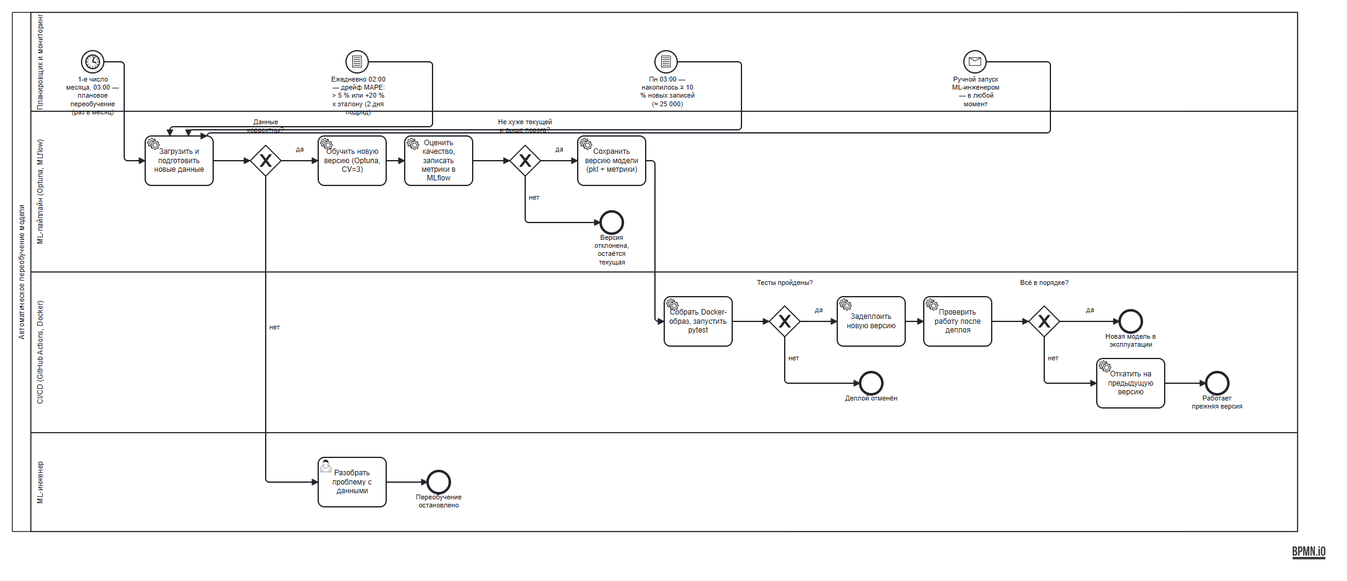
Above: diagrams/Model_retrain_BPMN.png in sultanovailsiya-rgb/job_salary_prediction (BPMN), before the change. Its source is kept beside it as diagrams/Model_retrain_BPMN.bpmn. Ids are renumbered.
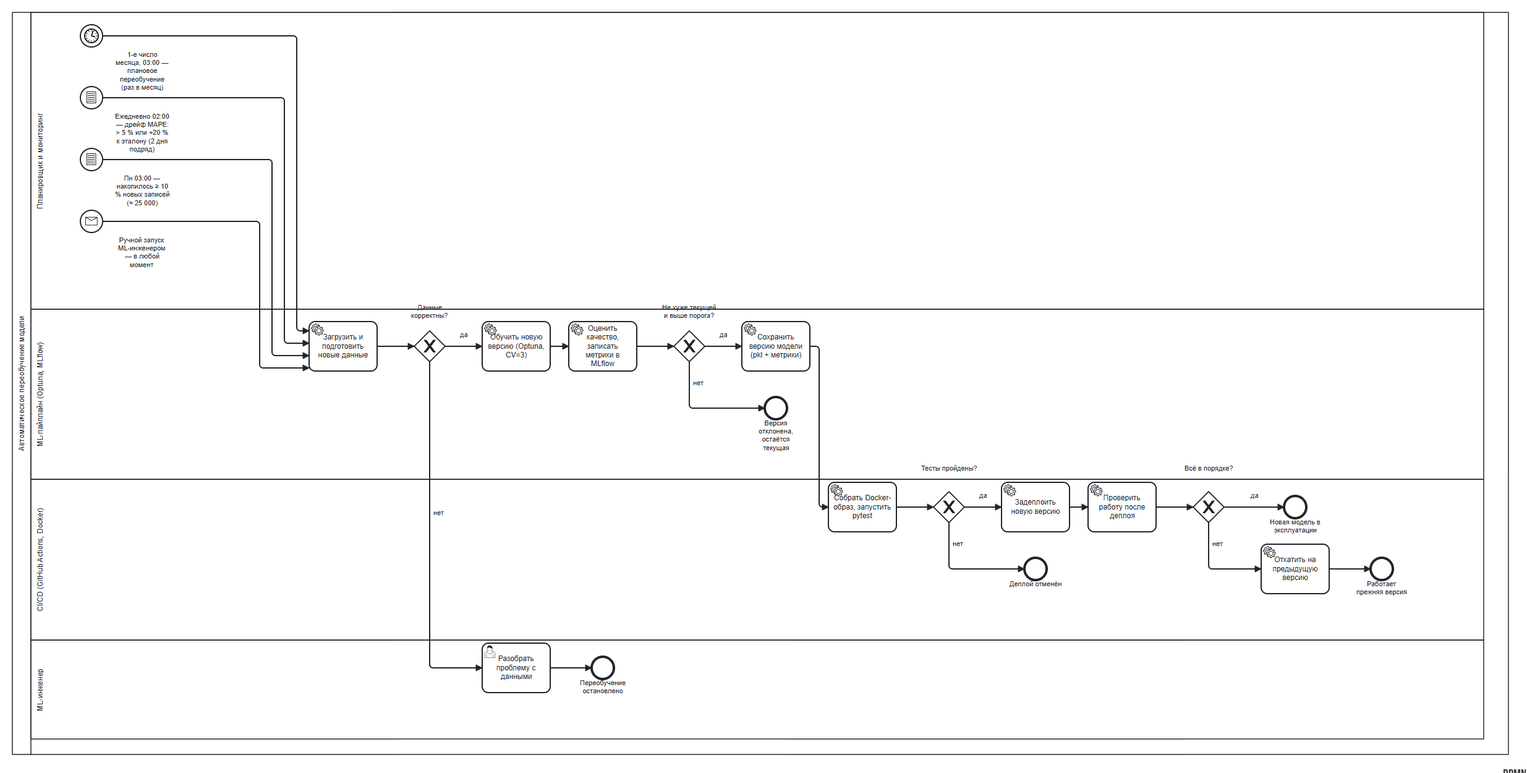
The same diagram one commit later.

Commit message:
Схема переобучения: триггеры столбиком слева, поток только вперёд

- 4 стартовых события выстроены вертикально слева, подписи с расписанием
- процесс сдвинут вправо: стрелки от триггеров идут вперёд, без возвратов

The edit, as a diff of the source:
```diff
@@ -81,54 +81,54 @@
   </bpmn:process>
   <bpmndi:BPMNDiagram id="Diagram_retrain">
     <bpmndi:BPMNPlane id="Plane_retrain" bpmnElement="Collab_retrain">
-      <bpmndi:BPMNShape id="Shape_Part" bpmnElement="Part_retrain" isHorizontal="true"><dc:Bounds x="20" y="20" width="2080" height="840" /></bpmndi:BPMNShape>
-      <bpmndi:BPMNShape id="Shape_L_A" bpmnElement="L_A" isHorizontal="true"><dc:Bounds x="50" y="20" width="2050" height="160" /></bpmndi:BPMNShape>
-      <bpmndi:BPMNShape id="Shape_L_B" bpmnElement="L_B" isHorizontal="true"><dc:Bounds x="50" y="180" width="2050" height="260" /></bpmndi:BPMNShape>
-      <bpmndi:BPMNShape id="Shape_L_C" bpmnElement="L_C" isHorizontal="true"><dc:Bounds x="50" y="440" width="2050" height="260" /></bpmndi:BPMNShape>
-      <bpmndi:BPMNShape id="Shape_L_D" bpmnElement="L_D" isHorizontal="true"><dc:Bounds x="50" y="700" width="2050" height="160" /></bpmndi:BPMNShape>
-      <bpmndi:BPMNShape id="Shape_s1" bpmnElement="s1"><dc:Bounds x="132" y="82" width="36" height="36" /><bpmndi:BPMNLabel><dc:Bounds x="40" y="122" width="220" height="56" /></bpmndi:BPMNLabel></bpmndi:BPMNShape>
-      <bpmndi:BPMNShape id="Shape_s2" bpmnElement="s2"><dc:Bounds x="560" y="82" width="36" height="36" /><bpmndi:BPMNLabel><dc:Bounds x="470" y="122" width="220" height="56" /></bpmndi:BPMNLabel></bpmndi:BPMNShape>
-      <bpmndi:BPMNShape id="Shape_s3" bpmnElement="s3"><dc:Bounds x="1060" y="82" width="36" height="36" /><bpmndi:BPMNLabel><dc:Bounds x="970" y="122" width="220" height="56" /></bpmndi:BPMNLabel></bpmndi:BPMNShape>
-      <bpmndi:BPMNShape id="Shape_s4" bpmnElement="s4"><dc:Bounds x="1560" y="82" width="36" height="36" /><bpmndi:BPMNLabel><dc:Bounds x="1470" y="122" width="220" height="56" /></bpmndi:BPMNLabel></bpmndi:BPMNShape>
-      <bpmndi:BPMNShape id="Shape_b1" bpmnElement="b1"><dc:Bounds x="235" y="220" width="110" height="80" /></bpmndi:BPMNShape>
-      <bpmndi:BPMNShape id="Shape_gb1" bpmnElement="gb1" isMarkerVisible="true"><dc:Bounds x="405" y="235" width="50" height="50" /><bpmndi:BPMNLabel><dc:Bounds x="370" y="191" width="120" height="40" /></bpmndi:BPMNLabel></bpmndi:BPMNShape>
-      <bpmndi:BPMNShape id="Shape_d1" bpmnElement="d1"><dc:Bounds x="515" y="740" width="110" height="80" /></bpmndi:BPMNShape>
-      <bpmndi:BPMNShape id="Shape_ed1" bpmnElement="ed1"><dc:Bounds x="692" y="762" width="36" height="36" /></bpmndi:BPMNShape>
-      <bpmndi:BPMNShape id="Shape_b2" bpmnElement="b2"><dc:Bounds x="515" y="220" width="110" height="80" /></bpmndi:BPMNShape>
-      <bpmndi:BPMNShape id="Shape_b3" bpmnElement="b3"><dc:Bounds x="655" y="220" width="110" height="80" /></bpmndi:BPMNShape>
-      <bpmndi:BPMNShape id="Shape_gb2" bpmnElement="gb2" isMarkerVisible="true"><dc:Bounds x="825" y="235" width="50" height="50" /><bpmndi:BPMNLabel><dc:Bounds x="790" y="191" width="120" height="40" /></bpmndi:BPMNLabel></bpmndi:BPMNShape>
-      <bpmndi:BPMNShape id="Shape_eb1" bpmnElement="eb1"><dc:Bounds x="972" y="342" width="36" height="36" /></bpmndi:BPMNShape>
-      <bpmndi:BPMNShape id="Shape_b4" bpmnElement="b4"><dc:Bounds x="935" y="220" width="110" height="80" /></bpmndi:BPMNShape>
-      <bpmndi:BPMNShape id="Shape_c1" bpmnElement="c1"><dc:Bounds x="1075" y="480" width="110" height="80" /></bpmndi:BPMNShape>
-      <bpmndi:BPMNShape id="Shape_gc1" bpmnElement="gc1" isMarkerVisible="true"><dc:Bounds x="1245" y="495" width="50" height="50" /><bpmndi:BPMNLabel><dc:Bounds x="1210" y="451" width="120" height="40" /></bpmndi:BPMNLabel></bpmndi:BPMNShape>
-      <bpmndi:BPMNShape id="Shape_ec1" bpmnElement="ec1"><dc:Bounds x="1392" y="602" width="36" height="36" /></bpmndi:BPMNShape>
-      <bpmndi:BPMNShape id="Shape_c2" bpmnElement="c2"><dc:Bounds x="1355" y="480" width="110" height="80" /></bpmndi:BPMNShape>
-      <bpmndi:BPMNShape id="Shape_c3" bpmnElement="c3"><dc:Bounds x="1495" y="480" width="110" height="80" /></bpmndi:BPMNShape>
-      <bpmndi:BPMNShape id="Shape_gc2" bpmnElement="gc2" isMarkerVisible="true"><dc:Bounds x="1665" y="495" width="50" height="50" /><bpmndi:BPMNLabel><dc:Bounds x="1630" y="451" width="120" height="40" /></bpmndi:BPMNLabel></bpmndi:BPMNShape>
-      <bpmndi:BPMNShape id="Shape_ec3" bpmnElement="ec3"><dc:Bounds x="1812" y="502" width="36" height="36" /></bpmndi:BPMNShape>
-      <bpmndi:BPMNShape id="Shape_c4" bpmnElement="c4"><dc:Bounds x="1775" y="580" width="110" height="80" /></bpmndi:BPMNShape>
-      <bpmndi:BPMNShape id="Shape_ec2" bpmnElement="ec2"><dc:Bounds x="1952" y="602" width="36" height="36" /></bpmndi:BPMNShape>
-      <bpmndi:BPMNEdge id="Edge_0" bpmnElement="Flow_0"><di:waypoint x="168" y="100" /><di:waypoint x="201" y="100" /><di:waypoint x="201" y="260" /><di:waypoint x="235" y="260" /></bpmndi:BPMNEdge>
-      <bpmndi:BPMNEdge id="Edge_0b" bpmnElement="Flow_0b"><di:waypoint x="596" y="100" /><di:waypoint x="700" y="100" /><di:waypoint x="700" y="205" /><di:waypoint x="275" y="205" /><di:waypoint x="275" y="220" /></bpmndi:BPMNEdge>
-      <bpmndi:BPMNEdge id="Edge_0c" bpmnElement="Flow_0c"><di:waypoint x="1096" y="100" /><di:waypoint x="1200" y="100" /><di:waypoint x="1200" y="210" /><di:waypoint x="305" y="210" /><di:waypoint x="305" y="220" /></bpmndi:BPMNEdge>
-      <bpmndi:BPMNEdge id="Edge_0d" bpmnElement="Flow_0d"><di:waypoint x="1596" y="100" /><di:waypoint x="1700" y="100" /><di:waypoint x="1700" y="215" /><di:waypoint x="335" y="215" /><di:waypoint x="335" y="220" /></bpmndi:BPMNEdge>
-      <bpmndi:BPMNEdge id="Edge_1" bpmnElement="Flow_1"><di:waypoint x="345" y="260" /><di:waypoint x="405" y="260" /></bpmndi:BPMNEdge>
-      <bpmndi:BPMNEdge id="Edge_2" bpmnElement="Flow_2"><di:waypoint x="455" y="260" /><di:waypoint x="515" y="260" /></bpmndi:BPMNEdge>
-      <bpmndi:BPMNEdge id="Edge_3" bpmnElement="Flow_3"><di:waypoint x="430" y="285" /><di:waypoint x="430" y="780" /><di:waypoint x="515" y="780" /></bpmndi:BPMNEdge>
-      <bpmndi:BPMNEdge id="Edge_4" bpmnElement="Flow_4"><di:waypoint x="625" y="780" /><di:waypoint x="692" y="780" /></bpmndi:BPMNEdge>
-      <bpmndi:BPMNEdge id="Edge_5" bpmnElement="Flow_5"><di:waypoint x="625" y="260" /><di:waypoint x="655" y="260" /></bpmndi:BPMNEdge>
-      <bpmndi:BPMNEdge id="Edge_6" bpmnElement="Flow_6"><di:waypoint x="765" y="260" /><di:waypoint x="825" y="260" /></bpmndi:BPMNEdge>
-      <bpmndi:BPMNEdge id="Edge_7" bpmnElement="Flow_7"><di:waypoint x="875" y="260" /><di:waypoint x="935" y="260" /></bpmndi:BPMNEdge>
-      <bpmndi:BPMNEdge id="Edge_8" bpmnElement="Flow_8"><di:waypoint x="850" y="285" /><di:waypoint x="850" y="360" /><di:waypoint x="972" y="360" /></bpmndi:BPMNEdge>
-      <bpmndi:BPMNEdge id="Edge_9" bpmnElement="Flow_9"><di:waypoint x="1045" y="260" /><di:waypoint x="1060" y="260" /><di:waypoint x="1060" y="520" /><di:waypoint x="1075" y="520" /></bpmndi:BPMNEdge>
-      <bpmndi:BPMNEdge id="Edge_10" bpmnElement="Flow_10"><di:waypoint x="1185" y="520" /><di:waypoint x="1245" y="520" /></bpmndi:BPMNEdge>
-      <bpmndi:BPMNEdge id="Edge_11" bpmnElement="Flow_11"><di:waypoint x="1295" y="520" /><di:waypoint x="1355" y="520" /></bpmndi:BPMNEdge>
-      <bpmndi:BPMNEdge id="Edge_12" bpmnElement="Flow_12"><di:waypoint x="1270" y="545" /><di:waypoint x="1270" y="620" /><di:waypoint x="1392" y="620" /></bpmndi:BPMNEdge>
-      <bpmndi:BPMNEdge id="Edge_13" bpmnElement="Flow_13"><di:waypoint x="1465" y="520" /><di:waypoint x="1495" y="520" /></bpmndi:BPMNEdge>
-      <bpmndi:BPMNEdge id="Edge_14" bpmnElement="Flow_14"><di:waypoint x="1605" y="520" /><di:waypoint x="1665" y="520" /></bpmndi:BPMNEdge>
-      <bpmndi:BPMNEdge id="Edge_15" bpmnElement="Flow_15"><di:waypoint x="1715" y="520" /><di:waypoint x="1812" y="520" /></bpmndi:BPMNEdge>
-      <bpmndi:BPMNEdge id="Edge_16" bpmnElement="Flow_16"><di:waypoint x="1690" y="545" /><di:waypoint x="1690" y="620" /><di:waypoint x="1775" y="620" /></bpmndi:BPMNEdge>
-      <bpmndi:BPMNEdge id="Edge_17" bpmnElement="Flow_17"><di:waypoint x="1885" y="620" /><di:waypoint x="1952" y="620" /></bpmndi:BPMNEdge>
+      <bpmndi:BPMNShape id="Shape_Part" bpmnElement="Part_retrain" isHorizontal="true"><dc:Bounds x="20" y="20" width="2420" height="1200" /></bpmndi:BPMNShape>
+      <bpmndi:BPMNShape id="Shape_L_A" bpmnElement="L_A" isHorizontal="true"><dc:Bounds x="50" y="20" width="2350" height="480" /></bpmndi:BPMNShape>
+      <bpmndi:BPMNShape id="Shape_L_B" bpmnElement="L_B" isHorizontal="true"><dc:Bounds x="50" y="500" width="2350" height="275" /></bpmndi:BPMNShape>
+      <bpmndi:BPMNShape id="Shape_L_C" bpmnElement="L_C" isHorizontal="true"><dc:Bounds x="50" y="775" width="2350" height="260" /></bpmndi:BPMNShape>
+      <bpmndi:BPMNShape id="Shape_L_D" bpmnElement="L_D" isHorizontal="true"><dc:Bounds x="50" y="1035" width="2350" height="160" /></bpmndi:BPMNShape>
+      <bpmndi:BPMNShape id="Shape_s1" bpmnElement="s1"><dc:Bounds x="130" y="40" width="36" height="36" /><bpmndi:BPMNLabel><dc:Bounds x="60" y="82" width="340" height="36" /></bpmndi:BPMNLabel></bpmndi:BPMNShape>
+      <bpmndi:BPMNShape id="Shape_s2" bpmnElement="s2"><dc:Bounds x="130" y="140" width="36" height="36" /><bpmndi:BPMNLabel><dc:Bounds x="60" y="182" width="340" height="36" /></bpmndi:BPMNLabel></bpmndi:BPMNShape>
+      <bpmndi:BPMNShape id="Shape_s3" bpmnElement="s3"><dc:Bounds x="130" y="240" width="36" height="36" /><bpmndi:BPMNLabel><dc:Bounds x="60" y="282" width="340" height="36" /></bpmndi:BPMNLabel></bpmndi:BPMNShape>
+      <bpmndi:BPMNShape id="Shape_s4" bpmnElement="s4"><dc:Bounds x="130" y="340" width="36" height="36" /><bpmndi:BPMNLabel><dc:Bounds x="60" y="382" width="340" height="36" /></bpmndi:BPMNLabel></bpmndi:BPMNShape>
+      <bpmndi:BPMNShape id="Shape_b1" bpmnElement="b1"><dc:Bounds x="500" y="520" width="110" height="80" /></bpmndi:BPMNShape>
+      <bpmndi:BPMNShape id="Shape_gb1" bpmnElement="gb1" isMarkerVisible="true"><dc:Bounds x="670" y="535" width="50" height="50" /><bpmndi:BPMNLabel><dc:Bounds x="635" y="491" width="120" height="40" /></bpmndi:BPMNLabel></bpmndi:BPMNShape>
+      <bpmndi:BPMNShape id="Shape_d1" bpmnElement="d1"><dc:Bounds x="780" y="1040" width="110" height="80" /></bpmndi:BPMNShape>
+      <bpmndi:BPMNShape id="Shape_ed1" bpmnElement="ed1"><dc:Bounds x="957" y="1062" width="36" height="36" /></bpmndi:BPMNShape>
+      <bpmndi:BPMNShape id="Shape_b2" bpmnElement="b2"><dc:Bounds x="780" y="520" width="110" height="80" /></bpmndi:BPMNShape>
+      <bpmndi:BPMNShape id="Shape_b3" bpmnElement="b3"><dc:Bounds x="920" y="520" width="110" height="80" /></bpmndi:BPMNShape>
+      <bpmndi:BPMNShape id="Shape_gb2" bpmnElement="gb2" isMarkerVisible="true"><dc:Bounds x="1090" y="535" width="50" height="50" /><bpmndi:BPMNLabel><dc:Bounds x="1055" y="491" width="120" height="40" /></bpmndi:BPMNLabel></bpmndi:BPMNShape>
+      <bpmndi:BPMNShape id="Shape_eb1" bpmnElement="eb1"><dc:Bounds x="1237" y="642" width="36" height="36" /></bpmndi:BPMNShape>
+      <bpmndi:BPMNShape id="Shape_b4" bpmnElement="b4"><dc:Bounds x="1200" y="520" width="110" height="80" /></bpmndi:BPMNShape>
+      <bpmndi:BPMNShape id="Shape_c1" bpmnElement="c1"><dc:Bounds x="1340" y="780" width="110" height="80" /></bpmndi:BPMNShape>
+      <bpmndi:BPMNShape id="Shape_gc1" bpmnElement="gc1" isMarkerVisible="true"><dc:Bounds x="1510" y="795" width="50" height="50" /><bpmndi:BPMNLabel><dc:Bounds x="1475" y="751" width="120" height="40" /></bpmndi:BPMNLabel></bpmndi:BPMNShape>
+      <bpmndi:BPMNShape id="Shape_ec1" bpmnElement="ec1"><dc:Bounds x="1657" y="902" width="36" height="36" /></bpmndi:BPMNShape>
+      <bpmndi:BPMNShape id="Shape_c2" bpmnElement="c2"><dc:Bounds x="1620" y="780" width="110" height="80" /></bpmndi:BPMNShape>
+      <bpmndi:BPMNShape id="Shape_c3" bpmnElement="c3"><dc:Bounds x="1760" y="780" width="110" height="80" /></bpmndi:BPMNShape>
+      <bpmndi:BPMNShape id="Shape_gc2" bpmnElement="gc2" isMarkerVisible="true"><dc:Bounds x="1930" y="795" width="50" height="50" /><bpmndi:BPMNLabel><dc:Bounds x="1895" y="751" width="120" height="40" /></bpmndi:BPMNLabel></bpmndi:BPMNShape>
+      <bpmndi:BPMNShape id="Shape_ec3" bpmnElement="ec3"><dc:Bounds x="2077" y="802" width="36" height="36" /></bpmndi:BPMNShape>
+      <bpmndi:BPMNShape id="Shape_c4" bpmnElement="c4"><dc:Bounds x="2040" y="880" width="110" height="80" /></bpmndi:BPMNShape>
+      <bpmndi:BPMNShape id="Shape_ec2" bpmnElement="ec2"><dc:Bounds x="2217" y="902" width="36" height="36" /></bpmndi:BPMNShape>
+      <bpmndi:BPMNEdge id="Edge_0" bpmnElement="Flow_0"><di:waypoint x="166" y="58" /><di:waypoint x="480" y="58" /><di:waypoint x="480" y="535" /><di:waypoint x="500" y="535" /></bpmndi:BPMNEdge>
+      <bpmndi:BPMNEdge id="Edge_0b" bpmnElement="Flow_0b"><di:waypoint x="166" y="158" /><di:waypoint x="460" y="158" /><di:waypoint x="460" y="555" /><di:waypoint x="500" y="555" /></bpmndi:BPMNEdge>
+      <bpmndi:BPMNEdge id="Edge_0c" bpmnElement="Flow_0c"><di:waypoint x="166" y="258" /><di:waypoint x="440" y="258" /><di:waypoint x="440" y="575" /><di:waypoint x="500" y="575" /></bpmndi:BPMNEdge>
+      <bpmndi:BPMNEdge id="Edge_0d" bpmnElement="Flow_0d"><di:waypoint x="166" y="358" /><di:waypoint x="420" y="358" /><di:waypoint x="420" y="595" /><di:waypoint x="500" y="595" /></bpmndi:BPMNEdge>
+      <bpmndi:BPMNEdge id="Edge_1" bpmnElement="Flow_1"><di:waypoint x="610" y="560" /><di:waypoint x="670" y="560" /></bpmndi:BPMNEdge>
+      <bpmndi:BPMNEdge id="Edge_2" bpmnElement="Flow_2"><di:waypoint x="720" y="560" /><di:waypoint x="780" y="560" /></bpmndi:BPMNEdge>
+      <bpmndi:BPMNEdge id="Edge_3" bpmnElement="Flow_3"><di:waypoint x="695" y="585" /><di:waypoint x="695" y="1080" /><di:waypoint x="780" y="1080" /></bpmndi:BPMNEdge>
+      <bpmndi:BPMNEdge id="Edge_4" bpmnElement="Flow_4"><di:waypoint x="890" y="1080" /><di:waypoint x="957" y="1080" /></bpmndi:BPMNEdge>
+      <bpmndi:BPMNEdge id="Edge_5" bpmnElement="Flow_5"><di:waypoint x="890" y="560" /><di:waypoint x="920" y="560" /></bpmndi:BPMNEdge>
+      <bpmndi:BPMNEdge id="Edge_6" bpmnElement="Flow_6"><di:waypoint x="1030" y="560" /><di:waypoint x="1090" y="560" /></bpmndi:BPMNEdge>
+      <bpmndi:BPMNEdge id="Edge_7" bpmnElement="Flow_7"><di:waypoint x="1140" y="560" /><di:waypoint x="1200" y="560" /></bpmndi:BPMNEdge>
+      <bpmndi:BPMNEdge id="Edge_8" bpmnElement="Flow_8"><di:waypoint x="1115" y="585" /><di:waypoint x="1115" y="660" /><di:waypoint x="1237" y="660" /></bpmndi:BPMNEdge>
+      <bpmndi:BPMNEdge id="Edge_9" bpmnElement="Flow_9"><di:waypoint x="1310" y="560" /><di:waypoint x="1325" y="560" /><di:waypoint x="1325" y="820" /><di:waypoint x="1340" y="820" /></bpmndi:BPMNEdge>
+      <bpmndi:BPMNEdge id="Edge_10" bpmnElement="Flow_10"><di:waypoint x="1450" y="820" /><di:waypoint x="1510" y="820" /></bpmndi:BPMNEdge>
+      <bpmndi:BPMNEdge id="Edge_11" bpmnElement="Flow_11"><di:waypoint x="1560" y="820" /><di:waypoint x="1620" y="820" /></bpmndi:BPMNEdge>
+      <bpmndi:BPMNEdge id="Edge_12" bpmnElement="Flow_12"><di:waypoint x="1535" y="845" /><di:waypoint x="1535" y="920" /><di:waypoint x="1657" y="920" /></bpmndi:BPMNEdge>
+      <bpmndi:BPMNEdge id="Edge_13" bpmnElement="Flow_13"><di:waypoint x="1730" y="820" /><di:waypoint x="1760" y="820" /></bpmndi:BPMNEdge>
+      <bpmndi:BPMNEdge id="Edge_14" bpmnElement="Flow_14"><di:waypoint x="1870" y="820" /><di:waypoint x="1930" y="820" /></bpmndi:BPMNEdge>
+      <bpmndi:BPMNEdge id="Edge_15" bpmnElement="Flow_15"><di:waypoint x="1980" y="820" /><di:waypoint x="2077" y="820" /></bpmndi:BPMNEdge>
+      <bpmndi:BPMNEdge id="Edge_16" bpmnElement="Flow_16"><di:waypoint x="1955" y="845" /><di:waypoint x="1955" y="920" /><di:waypoint x="2040" y="920" /></bpmndi:BPMNEdge>
+      <bpmndi:BPMNEdge id="Edge_17" bpmnElement="Flow_17"><di:waypoint x="2150" y="920" /><di:waypoint x="2217" y="920" /></bpmndi:BPMNEdge>
     </bpmndi:BPMNPlane>
   </bpmndi:BPMNDiagram>
 </bpmn:definitions>
```
